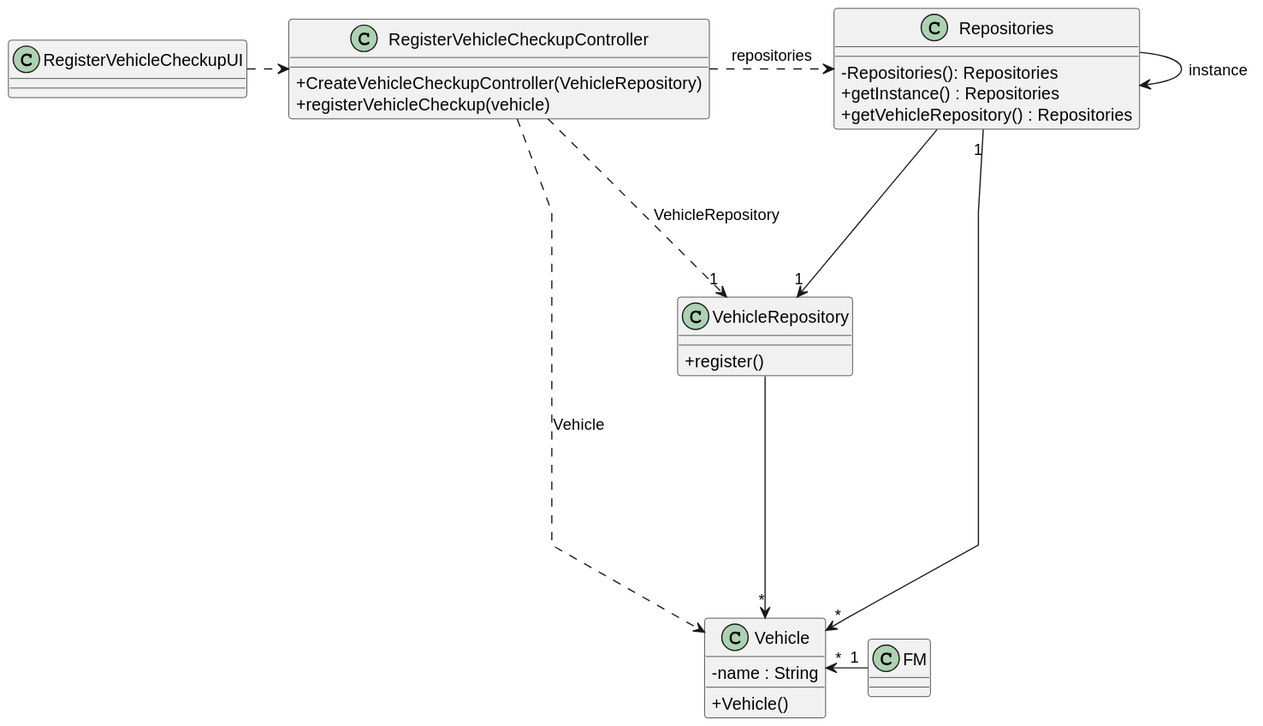
Departamento-de-Engenharia-Informatica/lei-24-s2-1dkl-g134 keeps this PlantUML diagram as docs/sprintC/us007/03.design/svg/us007-class-diagram.svg. Above is the earlier version. The source it was exported from:
```plantuml
@startuml
skinparam packageStyle rectangle
skinparam shadowing false
skinparam linetype polyline

skinparam classAttributeIconSize 0


class RegisterVehicleCheckupUI{
}


class RegisterVehicleCheckupController{
   +CreateVehicleCheckupController(VehicleRepository)
   +registerVehicleCheckup(vehicle)
 }

class Repositories {
    - Repositories(): Repositories
    + getInstance() : Repositories
    + getVehicleRepository() : Repositories
}


class VehicleRepository {
    + register()
}

class  Vehicle{
    -name : String
    +Vehicle()
}

class FM{
}

RegisterVehicleCheckupUI .>  RegisterVehicleCheckupController
 RegisterVehicleCheckupController ...r> Repositories : repositories
Repositories ---> "1" VehicleRepository
Repositories -> Repositories : instance
Repositories "1" --> "*" Vehicle

VehicleRepository --> "*" Vehicle
FM "1" -l-> "*" Vehicle
 RegisterVehicleCheckupController ......>  Vehicle : Vehicle
 RegisterVehicleCheckupController ...> "1" VehicleRepository : VehicleRepository
@enduml
```
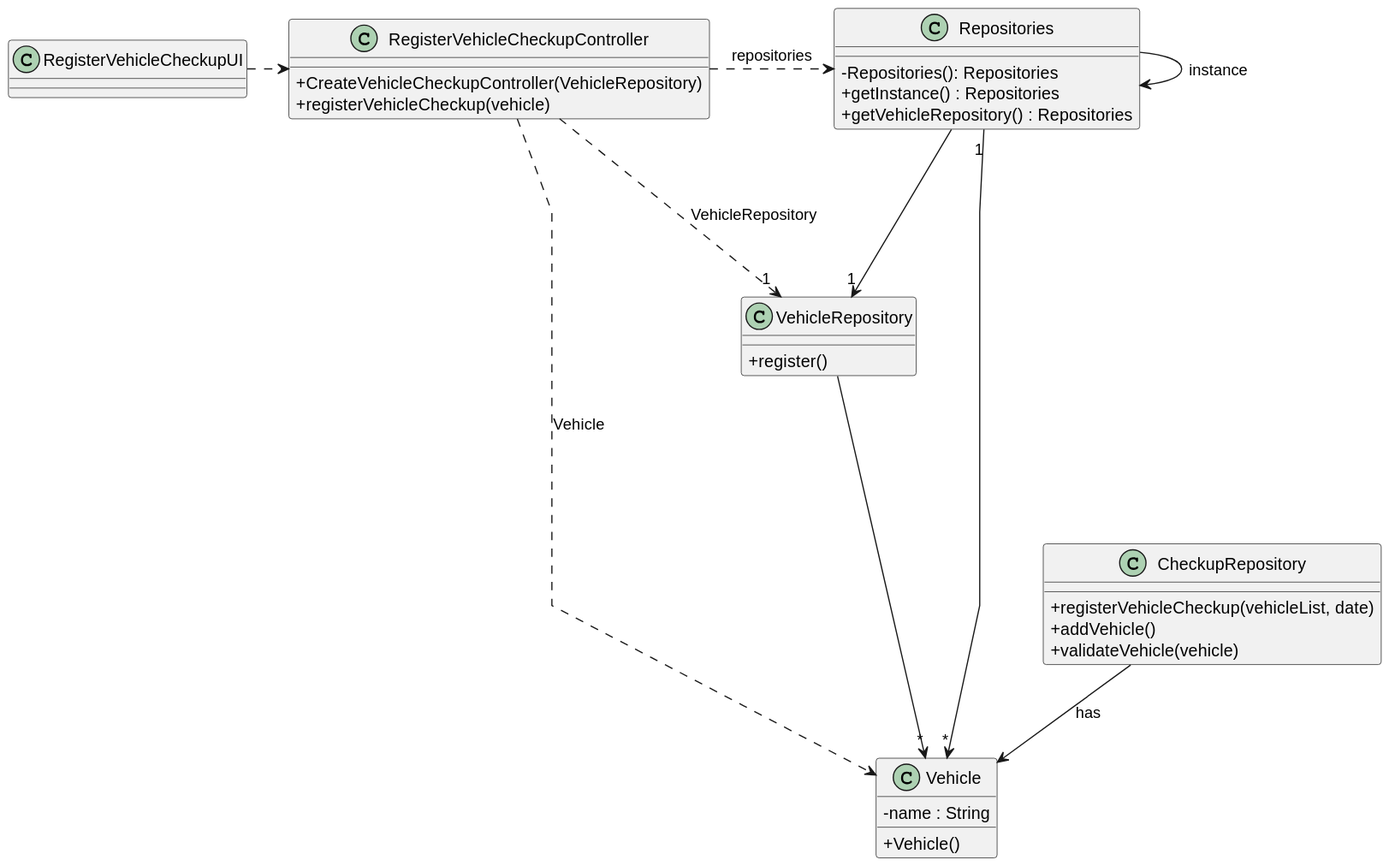
The same diagram one commit later.

The edit, as a diff of the source:
```diff
@@ -26,13 +26,18 @@
     + register()
 }
 
+class CheckupRepository{
+    + registerVehicleCheckup(vehicleList, date)
+    + addVehicle()
+    + validateVehicle(vehicle)
+    }
+
 class  Vehicle{
     -name : String
     +Vehicle()
 }
 
-class FM{
-}
+
 
 RegisterVehicleCheckupUI .>  RegisterVehicleCheckupController
  RegisterVehicleCheckupController ...r> Repositories : repositories
@@ -41,7 +46,7 @@
 Repositories "1" --> "*" Vehicle
 
 VehicleRepository --> "*" Vehicle
-FM "1" -l-> "*" Vehicle
  RegisterVehicleCheckupController ......>  Vehicle : Vehicle
  RegisterVehicleCheckupController ...> "1" VehicleRepository : VehicleRepository
+CheckupRepository --> Vehicle : has
 @enduml
```
